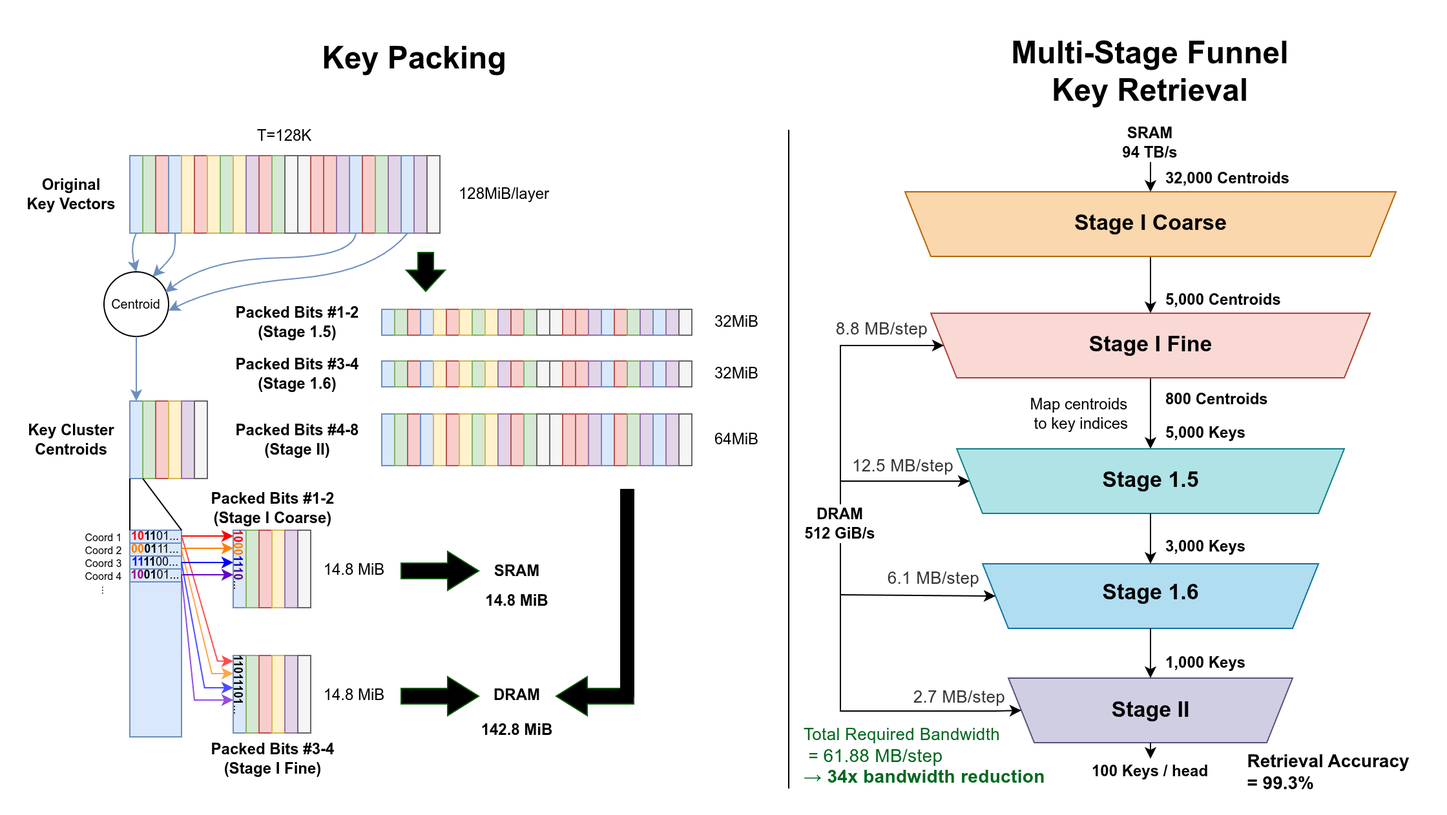
Before: img/seoulkv4_concept.png, a diagram exported from draw.io (daniel-geon-park/SeoulKV). Source tidied: cells renumbered, new cells last; positions are measured from the earlier drawing's top-left corner, leaving out a move shared by most shapes.
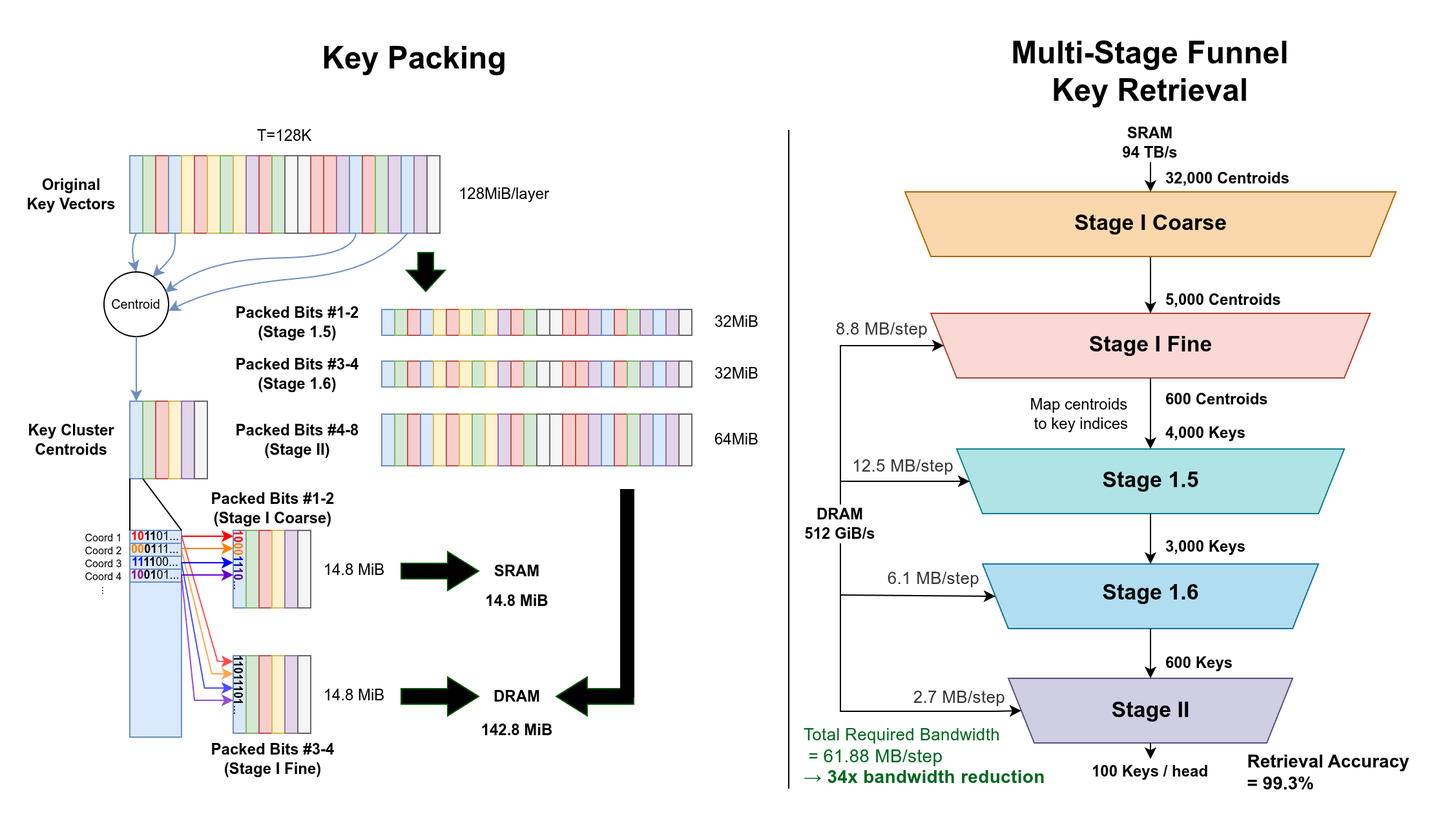
After the change.

The edit, as a diff of the source:
```diff
@@ -641,7 +641,7 @@
     <mxCell id="191" value="&lt;b&gt;32,000 Centroids&lt;br&gt;&lt;/b&gt;" style="text;html=1;whiteSpace=wrap;strokeColor=none;fillColor=none;align=left;verticalAlign=middle;rounded=0;" parent="3" vertex="1">
       <mxGeometry x="900" y="128" width="110" height="20" as="geometry" />
     </mxCell>
-    <mxCell id="192" value="&lt;b&gt;800 Centroids&lt;br&gt;&lt;/b&gt;" style="text;html=1;whiteSpace=wrap;strokeColor=none;fillColor=none;align=left;verticalAlign=middle;rounded=0;" parent="3" vertex="1">
+    <mxCell id="192" value="&lt;b&gt;600 Centroids&lt;br&gt;&lt;/b&gt;" style="text;html=1;whiteSpace=wrap;strokeColor=none;fillColor=none;align=left;verticalAlign=middle;rounded=0;" parent="3" vertex="1">
       <mxGeometry x="900" y="299" width="110" height="20" as="geometry" />
     </mxCell>
     <mxCell id="193" style="edgeStyle=orthogonalEdgeStyle;rounded=0;jettySize=auto;html=1;defaultLabelBackgroundColor=page;labelPadding=0 4;entryX=0.5;entryY=1;entryDx=0;entryDy=0;exitX=0.5;exitY=0;exitDx=0;exitDy=0;" parent="3" edge="1" source="177" target="178">
@@ -656,13 +656,13 @@
     <mxCell id="196" style="edgeStyle=orthogonalEdgeStyle;rounded=0;jettySize=auto;html=1;defaultLabelBackgroundColor=page;labelPadding=0 4;exitX=0.5;exitY=0;exitDx=0;exitDy=0;entryX=0.5;entryY=0;entryDx=0;entryDy=0;" parent="3" edge="1" source="179" target="195">
       <mxGeometry x="0.14" relative="1" as="geometry" />
     </mxCell>
-    <mxCell id="197" value="&lt;b&gt;5,000 Keys&lt;br&gt;&lt;/b&gt;" style="text;html=1;whiteSpace=wrap;strokeColor=none;fillColor=none;align=left;verticalAlign=middle;rounded=0;" parent="3" vertex="1">
+    <mxCell id="197" value="&lt;b&gt;4,000 Keys&lt;br&gt;&lt;/b&gt;" style="text;html=1;whiteSpace=wrap;strokeColor=none;fillColor=none;align=left;verticalAlign=middle;rounded=0;" parent="3" vertex="1">
       <mxGeometry x="900" y="325" width="110" height="20" as="geometry" />
     </mxCell>
     <mxCell id="198" value="&lt;b&gt;3,000 Keys&lt;br&gt;&lt;/b&gt;" style="text;html=1;whiteSpace=wrap;strokeColor=none;fillColor=none;align=left;verticalAlign=middle;rounded=0;" parent="3" vertex="1">
       <mxGeometry x="900" y="413" width="110" height="20" as="geometry" />
     </mxCell>
-    <mxCell id="199" value="&lt;b&gt;1&lt;/b&gt;&lt;b style=&quot;background-color: transparent; color: light-dark(#000000, var(--ge-light-color, #ffffff));&quot;&gt;,000 Keys&lt;/b&gt;" style="text;html=1;whiteSpace=wrap;strokeColor=none;fillColor=none;align=left;verticalAlign=middle;rounded=0;" parent="3" vertex="1">
+    <mxCell id="199" value="&lt;b style=&quot;background-color: transparent; color: light-dark(#000000, var(--ge-light-color, #ffffff));&quot;&gt;600 Keys&lt;/b&gt;" style="text;html=1;whiteSpace=wrap;strokeColor=none;fillColor=none;align=left;verticalAlign=middle;rounded=0;" parent="3" vertex="1">
       <mxGeometry x="900" y="503" width="110" height="20" as="geometry" />
     </mxCell>
     <mxCell id="200" value="&lt;b&gt;5,000 Centroids&lt;br&gt;&lt;/b&gt;" style="text;html=1;whiteSpace=wrap;strokeColor=none;fillColor=none;align=left;verticalAlign=middle;rounded=0;" parent="3" vertex="1">
```
